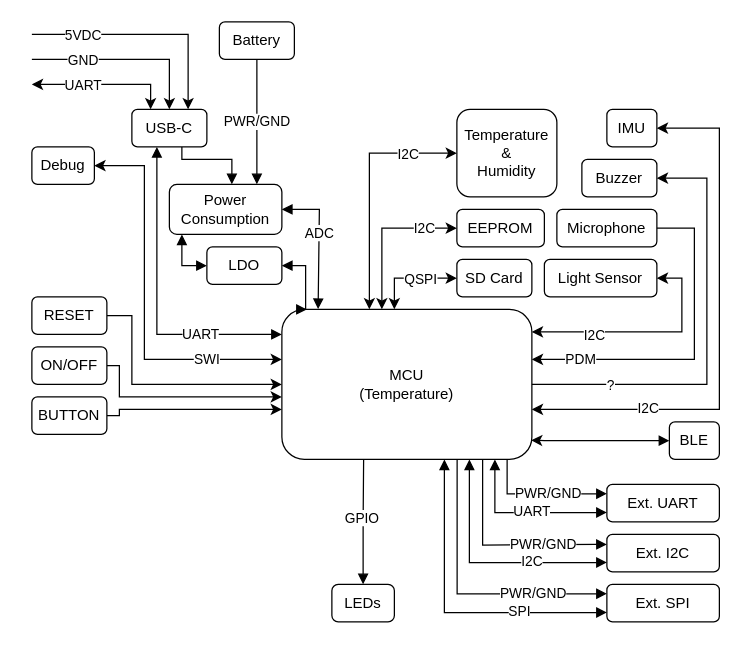
Earlier version of the draw.io diagram doc/img/functional.drawio (oldgeezr/sensa). Source tidied: cells renumbered, new cells numbered last; positions are measured from the earlier drawing's top-left corner, leaving out a move shared by most shapes. Both pictures are drawn from the tidied source at 125%, with x=0, y=0 at pixel (31, 21).
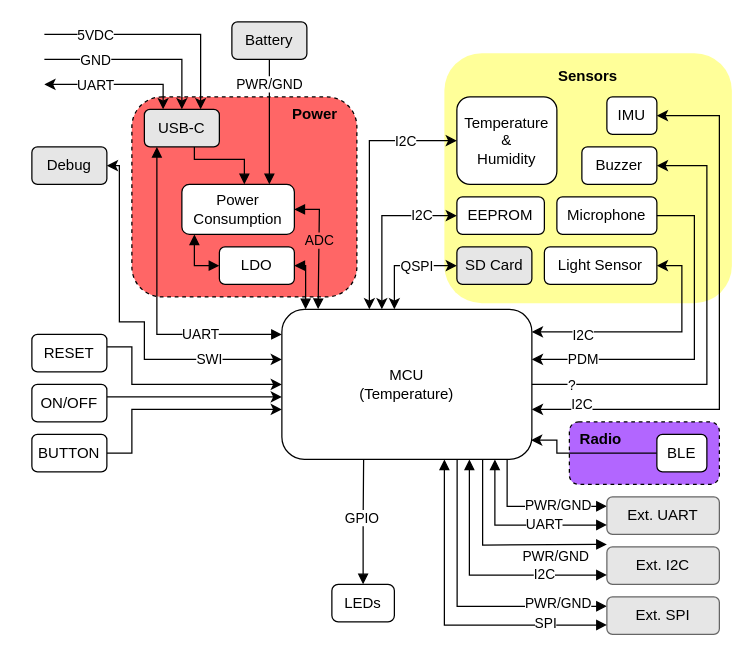
The same page after the edit.

Unchanged cells that the change refers to:
```xml
<mxCell id="24" value="MCU&lt;br&gt;(Temperature)" style="rounded=1;whiteSpace=wrap;html=1;" parent="1" vertex="1">
  <mxGeometry x="200" y="230" width="200" height="120" as="geometry" />
</mxCell>
<mxCell id="49" style="edgeStyle=orthogonalEdgeStyle;rounded=0;jettySize=auto;html=1;startArrow=block;startFill=1;endArrow=none;endFill=0;exitX=0;exitY=0.25;exitDx=0;exitDy=0;entryX=0.901;entryY=0.997;entryDx=0;entryDy=0;entryPerimeter=0;" parent="1" edge="1" source="51" target="24">
  <mxGeometry relative="1" as="geometry" />
</mxCell>
<mxCell id="52" style="edgeStyle=orthogonalEdgeStyle;rounded=0;jettySize=auto;html=1;startArrow=block;startFill=1;endArrow=block;endFill=1;exitX=0;exitY=0.75;exitDx=0;exitDy=0;entryX=0.852;entryY=1;entryDx=0;entryDy=0;entryPerimeter=0;" parent="1" edge="1" source="51" target="24">
  <mxGeometry relative="1" as="geometry" />
</mxCell>
<mxCell id="54" style="edgeStyle=orthogonalEdgeStyle;rounded=0;jettySize=auto;html=1;startArrow=block;startFill=1;endArrow=none;endFill=0;entryX=0.803;entryY=1.001;entryDx=0;entryDy=0;entryPerimeter=0;" parent="1" edge="1" target="24">
  <mxGeometry relative="1" as="geometry">
    <mxPoint x="460" y="418" as="sourcePoint" />
  </mxGeometry>
</mxCell>
<mxCell id="57" style="edgeStyle=orthogonalEdgeStyle;rounded=0;jettySize=auto;html=1;startArrow=block;startFill=1;endArrow=block;endFill=1;entryX=0.75;entryY=1;entryDx=0;entryDy=0;exitX=0;exitY=0.75;exitDx=0;exitDy=0;" parent="1" edge="1" source="56" target="24">
  <mxGeometry relative="1" as="geometry" />
</mxCell>
<mxCell id="59" style="edgeStyle=orthogonalEdgeStyle;rounded=0;jettySize=auto;html=1;startArrow=block;startFill=1;endArrow=none;endFill=0;exitX=0;exitY=0.25;exitDx=0;exitDy=0;entryX=0.701;entryY=1.002;entryDx=0;entryDy=0;entryPerimeter=0;" parent="1" edge="1" source="61" target="24">
  <mxGeometry relative="1" as="geometry" />
</mxCell>
<mxCell id="62" style="edgeStyle=orthogonalEdgeStyle;rounded=0;jettySize=auto;html=1;startArrow=block;startFill=1;endArrow=block;endFill=1;entryX=0.65;entryY=1;entryDx=0;entryDy=0;entryPerimeter=0;exitX=0;exitY=0.75;exitDx=0;exitDy=0;" parent="1" edge="1" source="61" target="24">
  <mxGeometry relative="1" as="geometry" />
</mxCell>
```

The edit, as a diff of the source:
```diff
@@
+    <mxCell id="69" value="&amp;nbsp; Radio" style="rounded=1;whiteSpace=wrap;html=1;shadow=0;dashed=1;labelBackgroundColor=none;fontColor=none;fillColor=#B266FF;align=left;fontStyle=1;verticalAlign=top;" parent="1" vertex="1">
+      <mxGeometry x="430" y="320" width="120" height="50" as="geometry" />
+    </mxCell>
+    <mxCell id="70" value="&lt;b&gt;Power&amp;nbsp; &amp;nbsp;&amp;nbsp;&lt;/b&gt;" style="rounded=1;whiteSpace=wrap;html=1;shadow=0;dashed=1;labelBackgroundColor=none;fontColor=none;fillColor=#FF6666;align=right;verticalAlign=top;" parent="1" vertex="1">
+      <mxGeometry x="80" y="60" width="180" height="160" as="geometry" />
+    </mxCell>
+    <mxCell id="71" value="&lt;p style=&quot;line-height: 0%;&quot;&gt;Sensors&lt;/p&gt;" style="rounded=1;whiteSpace=wrap;html=1;dashed=1;fillColor=#FFFF99;align=center;horizontal=1;verticalAlign=top;labelBackgroundColor=none;strokeColor=none;shadow=0;fontStyle=1;" parent="1" vertex="1">
+      <mxGeometry x="330" y="25" width="230" height="200" as="geometry" />
+    </mxCell>
     <mxCell id="2" style="edgeStyle=orthogonalEdgeStyle;rounded=0;jettySize=auto;html=1;startArrow=none;startFill=0;endArrow=block;endFill=1;" parent="1" edge="1" source="5" target="23">
       <mxGeometry relative="1" as="geometry">
         <Array as="points">
-          <mxPoint x="120" y="110" />
-          <mxPoint x="160" y="110" />
+          <mxPoint x="130" y="110" />
+          <mxPoint x="170" y="110" />
         </Array>
       </mxGeometry>
     </mxCell>
@@
-    <mxCell id="5" value="USB-C" style="rounded=1;whiteSpace=wrap;html=1;" parent="1" vertex="1">
-      <mxGeometry x="80" y="70" width="60" height="30" as="geometry" />
+    <mxCell id="5" value="USB-C" style="rounded=1;whiteSpace=wrap;html=1;fillColor=#E6E6E6;" parent="1" vertex="1">
+      <mxGeometry x="90" y="70" width="60" height="30" as="geometry" />
     </mxCell>
     <mxCell id="6" style="endArrow=classic;html=1;rounded=0;startArrow=classic;startFill=1;entryX=0.25;entryY=0;entryDx=0;entryDy=0;" parent="1" edge="1" target="5">
       <mxGeometry relative="1" as="geometry">
-        <mxPoint y="50" as="sourcePoint" />
+        <mxPoint x="10" y="50" as="sourcePoint" />
         <Array as="points">
-          <mxPoint x="20" y="50" />
-          <mxPoint x="95" y="50" />
+          <mxPoint x="30" y="50" />
+          <mxPoint x="105" y="50" />
         </Array>
       </mxGeometry>
     </mxCell>
@@
     <mxCell id="8" style="endArrow=classic;html=1;rounded=0;entryX=0.5;entryY=0;entryDx=0;entryDy=0;" parent="1" edge="1" target="5">
       <mxGeometry relative="1" as="geometry">
-        <mxPoint y="30" as="sourcePoint" />
+        <mxPoint x="10" y="30" as="sourcePoint" />
         <Array as="points">
-          <mxPoint x="110" y="30" />
+          <mxPoint x="120" y="30" />
         </Array>
       </mxGeometry>
     </mxCell>
@@
     <mxCell id="10" style="endArrow=classic;html=1;rounded=0;entryX=0.75;entryY=0;entryDx=0;entryDy=0;" parent="1" edge="1" target="5">
       <mxGeometry relative="1" as="geometry">
-        <mxPoint y="10" as="sourcePoint" />
+        <mxPoint x="10" y="10" as="sourcePoint" />
         <Array as="points">
-          <mxPoint x="125" y="10" />
+          <mxPoint x="135" y="10" />
         </Array>
       </mxGeometry>
     </mxCell>
@@
     <mxCell id="12" value="Light Sensor" style="rounded=1;whiteSpace=wrap;html=1;glass=0;shadow=0;" parent="1" vertex="1">
-      <mxGeometry x="410" y="190" width="90" height="30" as="geometry" />
+      <mxGeometry x="410" y="180" width="90" height="30" as="geometry" />
     </mxCell>
-    <mxCell id="13" value="SD Card" style="rounded=1;whiteSpace=wrap;html=1;" parent="1" vertex="1">
-      <mxGeometry x="340" y="190" width="60" height="30" as="geometry" />
+    <mxCell id="13" value="SD Card" style="rounded=1;whiteSpace=wrap;html=1;fillColor=#E6E6E6;" parent="1" vertex="1">
+      <mxGeometry x="340" y="180" width="60" height="30" as="geometry" />
     </mxCell>
     <mxCell id="14" value="Temperature&lt;br&gt;&amp;amp;&lt;br&gt;Humidity" style="rounded=1;whiteSpace=wrap;html=1;" parent="1" vertex="1">
-      <mxGeometry x="340" y="70" width="80" height="70" as="geometry" />
+      <mxGeometry x="340" y="60" width="80" height="70" as="geometry" />
     </mxCell>
     <mxCell id="15" value="IMU" style="rounded=1;whiteSpace=wrap;html=1;" parent="1" vertex="1">
-      <mxGeometry x="460" y="70" width="40" height="30" as="geometry" />
+      <mxGeometry x="460" y="60" width="40" height="30" as="geometry" />
     </mxCell>
     <mxCell id="16" value="PWR/GND" style="edgeStyle=orthogonalEdgeStyle;rounded=0;jettySize=auto;html=1;startArrow=none;startFill=0;endArrow=block;endFill=1;" parent="1" edge="1" source="17">
-      <mxGeometry relative="1" as="geometry">
-        <mxPoint x="180" y="130" as="targetPoint" />
+      <mxGeometry x="-0.6" relative="1" as="geometry">
+        <mxPoint x="190" y="130" as="targetPoint" />
+        <Array as="points">
+          <mxPoint x="190" y="80" />
+          <mxPoint x="190" y="80" />
+        </Array>
       </mxGeometry>
     </mxCell>
-    <mxCell id="17" value="Battery" style="rounded=1;whiteSpace=wrap;html=1;" parent="1" vertex="1">
-      <mxGeometry x="150" width="60" height="30" as="geometry" />
+    <mxCell id="17" value="Battery" style="rounded=1;whiteSpace=wrap;html=1;fillColor=#E6E6E6;" parent="1" vertex="1">
+      <mxGeometry x="160" width="60" height="30" as="geometry" />
     </mxCell>
-    <mxCell id="18" style="edgeStyle=orthogonalEdgeStyle;rounded=0;jettySize=auto;html=1;entryX=0.997;entryY=0.872;entryDx=0;entryDy=0;entryPerimeter=0;startArrow=block;startFill=1;exitX=0;exitY=0.5;exitDx=0;exitDy=0;" parent="1" edge="1" source="19" target="24">
+    <mxCell id="18" style="edgeStyle=orthogonalEdgeStyle;rounded=0;jettySize=auto;html=1;entryX=0.997;entryY=0.872;entryDx=0;entryDy=0;entryPerimeter=0;startArrow=none;startFill=1;exitX=0;exitY=0.5;exitDx=0;exitDy=0;" parent="1" edge="1" source="19" target="24">
       <mxGeometry relative="1" as="geometry">
         <Array as="points">
-          <mxPoint x="410" y="335" />
+          <mxPoint x="420" y="345" />
+          <mxPoint x="420" y="335" />
         </Array>
       </mxGeometry>
     </mxCell>
     <mxCell id="19" value="BLE" style="rounded=1;whiteSpace=wrap;html=1;" parent="1" vertex="1">
-      <mxGeometry x="510" y="320" width="40" height="30" as="geometry" />
+      <mxGeometry x="500" y="330" width="40" height="30" as="geometry" />
     </mxCell>
     <mxCell id="20" value="Buzzer" style="rounded=1;whiteSpace=wrap;html=1;" parent="1" vertex="1">
-      <mxGeometry x="440" y="110" width="60" height="30" as="geometry" />
+      <mxGeometry x="440" y="100" width="60" height="30" as="geometry" />
     </mxCell>
     <mxCell id="21" value="EEPROM" style="rounded=1;whiteSpace=wrap;html=1;" parent="1" vertex="1">
-      <mxGeometry x="340" y="150" width="70" height="30" as="geometry" />
+      <mxGeometry x="340" y="140" width="70" height="30" as="geometry" />
     </mxCell>
-    <mxCell id="22" value="ADC" style="edgeStyle=orthogonalEdgeStyle;rounded=0;jettySize=auto;html=1;startArrow=block;startFill=1;endArrow=block;endFill=1;exitX=1;exitY=0.5;exitDx=0;exitDy=0;entryX=0.145;entryY=-0.002;entryDx=0;entryDy=0;entryPerimeter=0;" parent="1" edge="1" source="23" target="24">
+    <mxCell id="22" value="ADC" style="edgeStyle=orthogonalEdgeStyle;rounded=0;jettySize=auto;html=1;startArrow=block;startFill=1;endArrow=block;endFill=1;exitX=1;exitY=0.5;exitDx=0;exitDy=0;entryX=0.145;entryY=-0.002;entryDx=0;entryDy=0;entryPerimeter=0;labelBackgroundColor=#FF6666;" parent="1" edge="1" source="23" target="24">
       <mxGeometry x="-0.1" relative="1" as="geometry">
         <Array as="points">
           <mxPoint x="230" y="150" />
           <mxPoint x="230" y="230" />
         </Array>
       </mxGeometry>
     </mxCell>
     <mxCell id="23" value="Power&lt;br&gt;Consumption" style="rounded=1;whiteSpace=wrap;html=1;" parent="1" vertex="1">
-      <mxGeometry x="110" y="130" width="90" height="40" as="geometry" />
+      <mxGeometry x="120" y="130" width="90" height="40" as="geometry" />
     </mxCell>
@@
     <mxCell id="28" style="edgeStyle=orthogonalEdgeStyle;rounded=0;jettySize=auto;html=1;" parent="1" edge="1" source="29">
       <mxGeometry relative="1" as="geometry">
         <mxPoint x="200" y="300" as="targetPoint" />
         <Array as="points">
-          <mxPoint x="70" y="275" />
           <mxPoint x="70" y="300" />
-          <mxPoint x="200" y="300" />
+          <mxPoint x="70" y="300" />
         </Array>
       </mxGeometry>
     </mxCell>
     <mxCell id="29" value="ON/OFF" style="rounded=1;whiteSpace=wrap;html=1;" parent="1" vertex="1">
-      <mxGeometry y="260" width="60" height="30" as="geometry" />
+      <mxGeometry y="290" width="60" height="30" as="geometry" />
     </mxCell>
     <mxCell id="30" style="edgeStyle=orthogonalEdgeStyle;rounded=0;jettySize=auto;html=1;" parent="1" edge="1" source="31" target="24">
       <mxGeometry relative="1" as="geometry">
         <Array as="points">
-          <mxPoint x="80" y="235" />
+          <mxPoint x="80" y="260" />
           <mxPoint x="80" y="290" />
         </Array>
       </mxGeometry>
     </mxCell>
     <mxCell id="31" value="RESET" style="rounded=1;whiteSpace=wrap;html=1;" parent="1" vertex="1">
-      <mxGeometry y="220" width="60" height="30" as="geometry" />
+      <mxGeometry y="250" width="60" height="30" as="geometry" />
     </mxCell>
     <mxCell id="32" style="edgeStyle=orthogonalEdgeStyle;rounded=0;jettySize=auto;html=1;exitX=1;exitY=0.5;exitDx=0;exitDy=0;" parent="1" edge="1" source="33">
       <mxGeometry relative="1" as="geometry">
         <mxPoint x="200" y="310" as="targetPoint" />
         <Array as="points">
-          <mxPoint x="70" y="315" />
-          <mxPoint x="70" y="310" />
-          <mxPoint x="200" y="310" />
+          <mxPoint x="80" y="345" />
+          <mxPoint x="80" y="310" />
         </Array>
       </mxGeometry>
     </mxCell>
     <mxCell id="33" value="BUTTON" style="rounded=1;whiteSpace=wrap;html=1;" parent="1" vertex="1">
-      <mxGeometry y="300" width="60" height="30" as="geometry" />
+      <mxGeometry y="330" width="60" height="30" as="geometry" />
     </mxCell>
     <mxCell id="34" value="Microphone" style="rounded=1;whiteSpace=wrap;html=1;" parent="1" vertex="1">
-      <mxGeometry x="420" y="150" width="80" height="30" as="geometry" />
+      <mxGeometry x="420" y="140" width="80" height="30" as="geometry" />
     </mxCell>
-    <mxCell id="35" value="Debug" style="rounded=1;whiteSpace=wrap;html=1;glass=0;shadow=0;" parent="1" vertex="1">
-      <mxGeometry y="100" width="50" height="30" as="geometry" />
+    <mxCell id="35" value="Debug" style="rounded=1;whiteSpace=wrap;html=1;glass=0;shadow=0;fillColor=#E6E6E6;" parent="1" vertex="1">
+      <mxGeometry y="100" width="60" height="30" as="geometry" />
     </mxCell>
-    <mxCell id="36" style="endArrow=classic;startArrow=classic;html=1;rounded=0;exitX=1;exitY=0.5;exitDx=0;exitDy=0;" parent="1" edge="1" source="35">
+    <mxCell id="36" style="endArrow=classic;startArrow=classic;html=1;rounded=0;" parent="1" edge="1">
       <mxGeometry relative="1" as="geometry">
+        <mxPoint x="60" y="115" as="sourcePoint" />
         <mxPoint x="200" y="270" as="targetPoint" />
         <Array as="points">
-          <mxPoint x="90" y="115" />
-          <mxPoint x="90" y="160" />
+          <mxPoint x="60" y="115" />
+          <mxPoint x="70" y="115" />
+          <mxPoint x="70" y="230" />
+          <mxPoint x="70" y="240" />
+          <mxPoint x="90" y="240" />
+          <mxPoint x="90" y="250" />
           <mxPoint x="90" y="270" />
           <mxPoint x="120" y="270" />
           <mxPoint x="160" y="270" />
         </Array>
       </mxGeometry>
     </mxCell>
@@
     <mxCell id="38" style="endArrow=classic;startArrow=classic;html=1;rounded=0;entryX=1;entryY=0.5;entryDx=0;entryDy=0;" parent="1" edge="1" target="12">
       <mxGeometry relative="1" as="geometry">
         <mxPoint x="400" y="248" as="sourcePoint" />
         <Array as="points">
           <mxPoint x="520" y="248" />
           <mxPoint x="520" y="220" />
-          <mxPoint x="520" y="205" />
+          <mxPoint x="520" y="195" />
         </Array>
       </mxGeometry>
     </mxCell>
     <mxCell id="39" value="I2C" style="edgeLabel;html=1;align=center;verticalAlign=middle;" parent="38" vertex="1">
       <mxGeometry x="-0.4" y="-2" relative="1" as="geometry">
-        <mxPoint x="-6" as="offset" />
+        <mxPoint x="-18" as="offset" />
       </mxGeometry>
     </mxCell>
     <mxCell id="40" style="endArrow=classic;startArrow=classic;html=1;rounded=0;entryX=1;entryY=0.5;entryDx=0;entryDy=0;" parent="1" edge="1" target="15">
       <mxGeometry relative="1" as="geometry">
         <mxPoint x="400" y="310" as="sourcePoint" />
         <Array as="points">
           <mxPoint x="470" y="310" />
           <mxPoint x="550" y="310" />
           <mxPoint x="550" y="170" />
-          <mxPoint x="550" y="85" />
+          <mxPoint x="550" y="75" />
         </Array>
       </mxGeometry>
     </mxCell>
     <mxCell id="41" value="I2C" style="edgeLabel;html=1;align=center;verticalAlign=middle;" parent="40" vertex="1">
       <mxGeometry x="-0.53" y="2" relative="1" as="geometry">
-        <mxPoint x="-8" as="offset" />
+        <mxPoint x="-63" y="-3" as="offset" />
       </mxGeometry>
     </mxCell>
     <mxCell id="42" style="endArrow=classic;startArrow=none;html=1;rounded=0;entryX=1;entryY=0.5;entryDx=0;entryDy=0;exitX=1;exitY=0.5;exitDx=0;exitDy=0;startFill=0;" parent="1" edge="1" source="24" target="20">
       <mxGeometry relative="1" as="geometry">
         <Array as="points">
           <mxPoint x="540" y="290" />
-          <mxPoint x="540" y="125" />
+          <mxPoint x="540" y="115" />
         </Array>
       </mxGeometry>
     </mxCell>
     <mxCell id="43" value="?" style="edgeLabel;html=1;align=center;verticalAlign=middle;" parent="42" vertex="1">
-      <mxGeometry x="-0.64" relative="1" as="geometry" />
+      <mxGeometry x="-0.64" relative="1" as="geometry">
+        <mxPoint x="-33" as="offset" />
+      </mxGeometry>
     </mxCell>
     <mxCell id="44" style="endArrow=none;startArrow=classic;html=1;rounded=0;entryX=1;entryY=0.5;entryDx=0;entryDy=0;endFill=0;" parent="1" edge="1" target="34">
       <mxGeometry relative="1" as="geometry">
         <mxPoint x="400" y="270" as="sourcePoint" />
         <Array as="points">
           <mxPoint x="460" y="270" />
           <mxPoint x="530" y="270" />
-          <mxPoint x="530" y="165" />
+          <mxPoint x="530" y="155" />
         </Array>
       </mxGeometry>
     </mxCell>
@@
     <mxCell id="46" style="endArrow=classic;startArrow=classic;html=1;rounded=0;entryX=0;entryY=0.5;entryDx=0;entryDy=0;" parent="1" edge="1" target="13">
       <mxGeometry relative="1" as="geometry">
         <mxPoint x="290" y="230" as="sourcePoint" />
         <Array as="points">
           <mxPoint x="290" y="220" />
-          <mxPoint x="290" y="205" />
+          <mxPoint x="290" y="195" />
         </Array>
       </mxGeometry>
     </mxCell>
@@
     <mxCell id="48" value="I2C" style="endArrow=classic;startArrow=classic;html=1;rounded=0;entryX=0;entryY=0.5;entryDx=0;entryDy=0;" parent="1" edge="1" target="21">
       <mxGeometry x="0.59" relative="1" as="geometry">
         <mxPoint x="280" y="230" as="sourcePoint" />
         <Array as="points">
           <mxPoint x="280" y="200" />
-          <mxPoint x="280" y="165" />
-          <mxPoint x="300" y="165" />
+          <mxPoint x="280" y="155" />
         </Array>
       </mxGeometry>
     </mxCell>
@@
     <mxCell id="50" value="PWR/GND" style="edgeLabel;html=1;align=center;verticalAlign=middle;" parent="49" vertex="1">
-      <mxGeometry x="-0.11" y="-1" relative="1" as="geometry" />
+      <mxGeometry x="-0.11" y="-1" relative="1" as="geometry">
+        <mxPoint x="12" as="offset" />
+      </mxGeometry>
     </mxCell>
-    <mxCell id="51" value="Ext. UART" style="rounded=1;whiteSpace=wrap;html=1;" parent="1" vertex="1">
-      <mxGeometry x="460" y="370" width="90" height="30" as="geometry" />
+    <mxCell id="51" value="Ext. UART" style="rounded=1;whiteSpace=wrap;html=1;fillColor=#E6E6E6;gradientColor=none;strokeColor=#666666;" parent="1" vertex="1">
+      <mxGeometry x="460" y="380" width="90" height="30" as="geometry" />
     </mxCell>
@@
     <mxCell id="53" value="UART" style="edgeLabel;html=1;align=center;verticalAlign=middle;" parent="52" vertex="1">
       <mxGeometry x="-0.37" y="-1" relative="1" as="geometry">
-        <mxPoint x="-19" as="offset" />
+        <mxPoint x="-6" as="offset" />
       </mxGeometry>
     </mxCell>
@@
     <mxCell id="55" value="PWR/GND" style="edgeLabel;html=1;align=center;verticalAlign=middle;" parent="54" vertex="1">
       <mxGeometry x="-0.11" y="-1" relative="1" as="geometry">
-        <mxPoint x="24" as="offset" />
+        <mxPoint x="34" y="10" as="offset" />
       </mxGeometry>
     </mxCell>
-    <mxCell id="56" value="Ext. I2C" style="rounded=1;whiteSpace=wrap;html=1;" parent="1" vertex="1">
-      <mxGeometry x="460" y="410" width="90" height="30" as="geometry" />
+    <mxCell id="56" value="Ext. I2C" style="rounded=1;whiteSpace=wrap;html=1;fillColor=#E6E6E6;gradientColor=none;strokeColor=#666666;" parent="1" vertex="1">
+      <mxGeometry x="460" y="420" width="90" height="30" as="geometry" />
     </mxCell>
@@
     <mxCell id="58" value="I2C" style="edgeLabel;html=1;align=center;verticalAlign=middle;" parent="57" vertex="1">
-      <mxGeometry x="-0.37" y="-1" relative="1" as="geometry" />
+      <mxGeometry x="-0.37" y="-1" relative="1" as="geometry">
+        <mxPoint x="13" as="offset" />
+      </mxGeometry>
     </mxCell>
@@
     <mxCell id="60" value="PWR/GND" style="edgeLabel;html=1;align=center;verticalAlign=middle;" parent="59" vertex="1">
       <mxGeometry x="-0.11" y="-1" relative="1" as="geometry">
-        <mxPoint x="41" as="offset" />
+        <mxPoint x="65" y="-2" as="offset" />
       </mxGeometry>
     </mxCell>
-    <mxCell id="61" value="Ext. SPI" style="rounded=1;whiteSpace=wrap;html=1;" parent="1" vertex="1">
-      <mxGeometry x="460" y="450" width="90" height="30" as="geometry" />
+    <mxCell id="61" value="Ext. SPI" style="rounded=1;whiteSpace=wrap;html=1;fillColor=#E6E6E6;gradientColor=none;strokeColor=#666666;" parent="1" vertex="1">
+      <mxGeometry x="460" y="460" width="90" height="30" as="geometry" />
     </mxCell>
@@
     <mxCell id="63" value="SPI" style="edgeLabel;html=1;align=center;verticalAlign=middle;" parent="62" vertex="1">
       <mxGeometry x="-0.37" y="-1" relative="1" as="geometry">
-        <mxPoint x="9" as="offset" />
+        <mxPoint x="33" y="-1" as="offset" />
       </mxGeometry>
     </mxCell>
     <mxCell id="64" style="edgeStyle=orthogonalEdgeStyle;rounded=0;jettySize=auto;html=1;startArrow=block;startFill=1;endArrow=block;endFill=1;" parent="1" edge="1" source="66">
       <mxGeometry relative="1" as="geometry">
-        <mxPoint x="120" y="170" as="targetPoint" />
+        <mxPoint x="130" y="170" as="targetPoint" />
         <Array as="points">
-          <mxPoint x="120" y="195" />
+          <mxPoint x="130" y="195" />
         </Array>
       </mxGeometry>
     </mxCell>
-    <mxCell id="65" style="edgeStyle=orthogonalEdgeStyle;rounded=0;jettySize=auto;html=1;startArrow=block;startFill=1;endArrow=block;endFill=1;" parent="1" edge="1" source="66">
+    <mxCell id="65" style="edgeStyle=orthogonalEdgeStyle;rounded=0;jettySize=auto;html=1;startArrow=block;startFill=1;endArrow=block;endFill=1;" parent="1" edge="1" source="66" target="24">
       <mxGeometry relative="1" as="geometry">
-        <mxPoint x="220" y="230" as="targetPoint" />
         <Array as="points">
           <mxPoint x="219" y="195" />
-          <mxPoint x="219" y="230" />
-          <mxPoint x="220" y="230" />
         </Array>
       </mxGeometry>
     </mxCell>
     <mxCell id="66" value="LDO" style="rounded=1;whiteSpace=wrap;html=1;" parent="1" vertex="1">
-      <mxGeometry x="140" y="180" width="60" height="30" as="geometry" />
+      <mxGeometry x="150" y="180" width="60" height="30" as="geometry" />
     </mxCell>
     <mxCell id="67" style="endArrow=classic;startArrow=classic;html=1;rounded=0;entryX=0;entryY=0.5;entryDx=0;entryDy=0;" parent="1" edge="1" target="14">
       <mxGeometry relative="1" as="geometry">
         <mxPoint x="270" y="230" as="sourcePoint" />
         <Array as="points">
-          <mxPoint x="270" y="105" />
+          <mxPoint x="270" y="95" />
         </Array>
       </mxGeometry>
     </mxCell>
```
